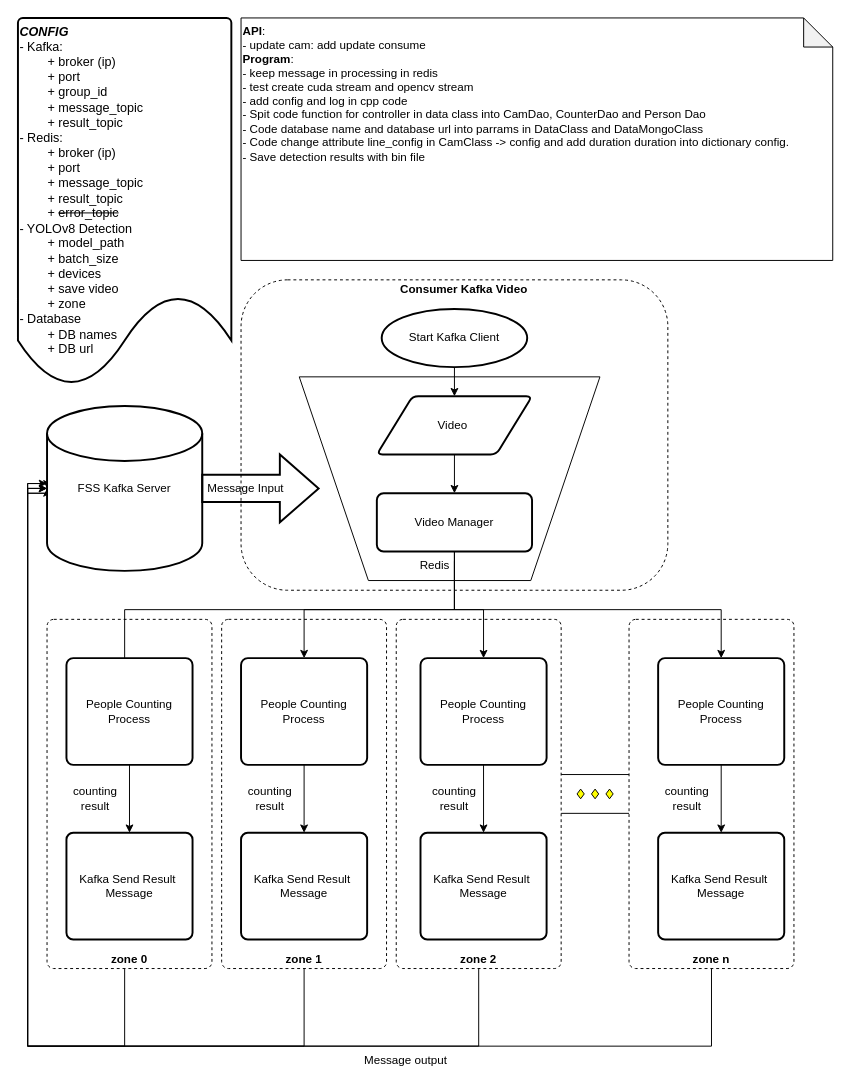
This is page "Main Flow" (1 of 4) of Camera_peoplecount.drawio from phunghx/DrawingCTDL, a draw.io file, before an edit. Source tidied: cells renumbered, new cells numbered last; positions are measured from the earlier drawing's top-left corner, leaving out a move shared by most shapes. Both pictures are drawn from the tidied source at 97%, with x=0, y=0 at pixel (17, 17).
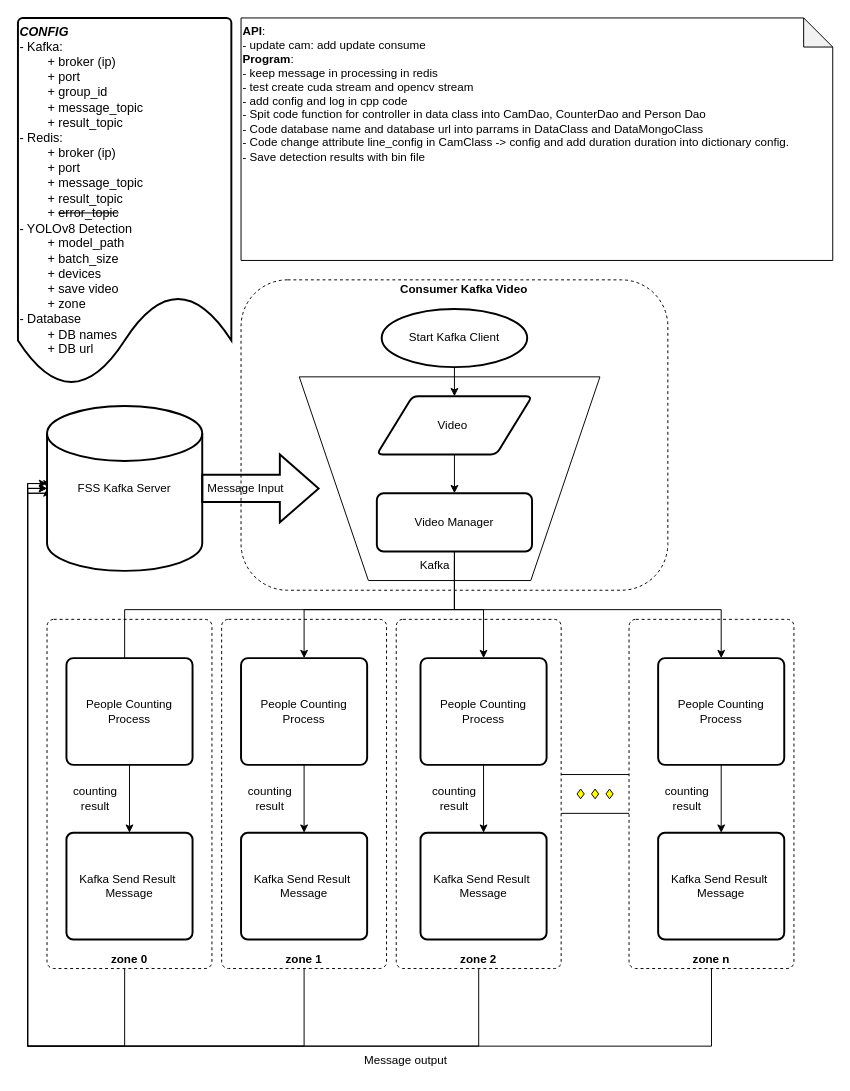
Above is the later version.

What changed in the source:
```diff
@@
-    <mxCell id="43" value="Redis" style="text;html=1;strokeColor=none;fillColor=none;align=center;verticalAlign=middle;whiteSpace=wrap;rounded=0;" parent="1" vertex="1">
+    <mxCell id="43" value="Kafka" style="text;html=1;strokeColor=none;fillColor=none;align=center;verticalAlign=middle;whiteSpace=wrap;rounded=0;" parent="1" vertex="1">
       <mxGeometry x="400" y="550" width="60" height="30" as="geometry" />
     </mxCell>
```
